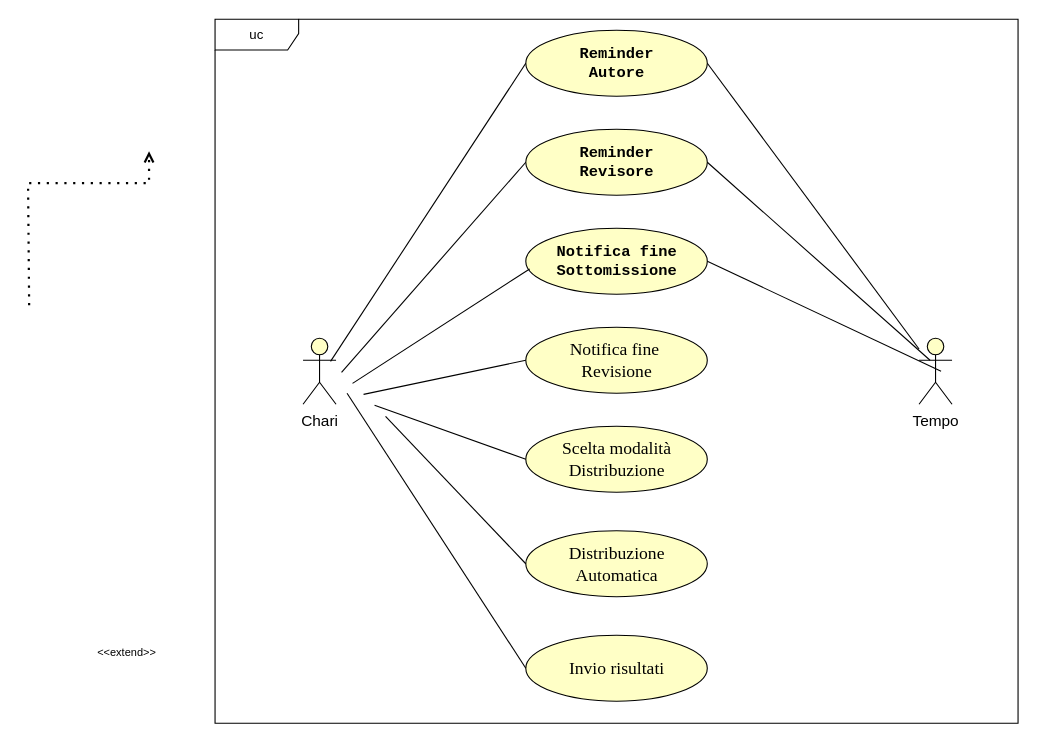
Above: RAD/raw/GestioneScadenze.drawio in Gabro29/IngegneriaSoftware (draw.io), before the change. Source tidied: cells renumbered, new cells numbered last; positions are measured from the earlier drawing's top-left corner, leaving out a move shared by most shapes. Both pictures are drawn from the tidied source at 110%, with x=0, y=0 at pixel (28, 19).
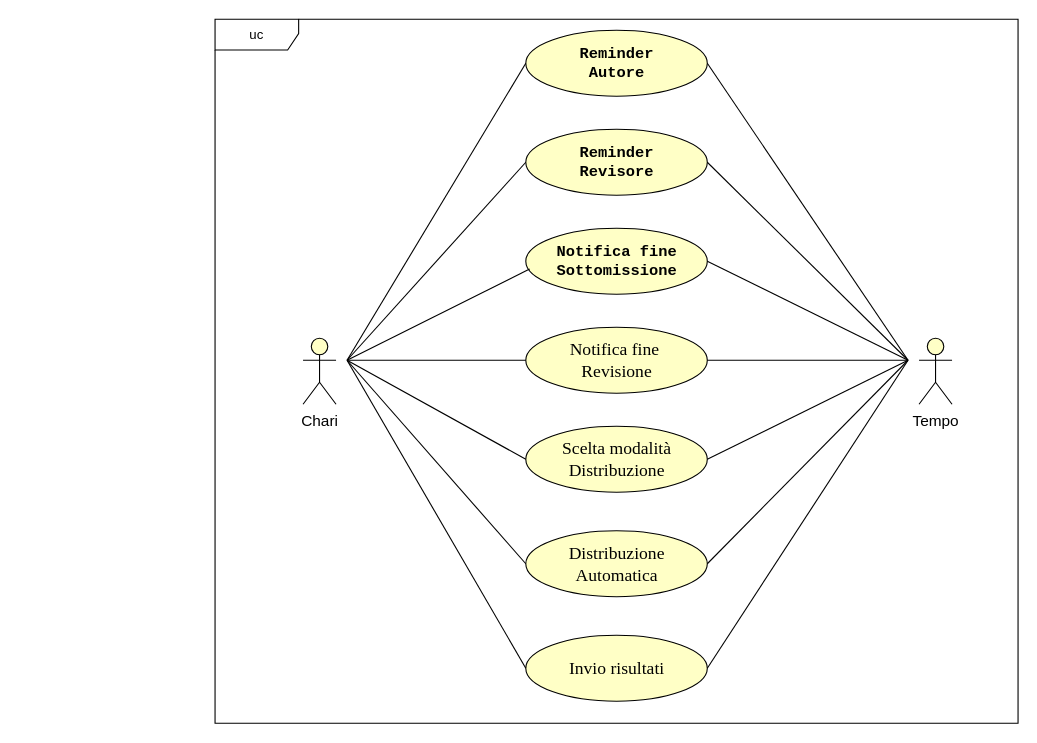
After the change.

Unchanged cells that the change refers to:
```xml
<mxCell id="3" value="&lt;font style=&quot;color: light-dark(rgb(0, 0, 0), rgb(0, 0, 0)); font-size: 14px;&quot;&gt;Tempo&lt;/font&gt;" style="shape=umlActor;verticalLabelPosition=bottom;verticalAlign=top;html=1;outlineConnect=0;strokeColor=light-dark(#000000,#000000);fillColor=light-dark(#FFFFC6,#FDF89C);" parent="1" vertex="1">
  <mxGeometry x="810" y="290" width="30" height="60" as="geometry" />
</mxCell>
<mxCell id="4" value="&lt;font style=&quot;color: light-dark(rgb(0, 0, 0), rgb(9, 9, 9));&quot; face=&quot;Courier New&quot;&gt;&lt;span style=&quot;font-size: 14px;&quot;&gt;&lt;b style=&quot;&quot;&gt;Reminder&lt;/b&gt;&lt;/span&gt;&lt;/font&gt;&lt;div&gt;&lt;font style=&quot;color: light-dark(rgb(0, 0, 0), rgb(9, 9, 9));&quot; face=&quot;Courier New&quot;&gt;&lt;span style=&quot;font-size: 14px;&quot;&gt;&lt;b style=&quot;&quot;&gt;Revisore&lt;/b&gt;&lt;/span&gt;&lt;/font&gt;&lt;/div&gt;" style="ellipse;whiteSpace=wrap;html=1;fillColor=light-dark(#FFFFC6,#FDF89C);strokeColor=light-dark(#000000,#000000);gradientColor=none;" parent="1" vertex="1">
  <mxGeometry x="452.5" y="100" width="165" height="60" as="geometry" />
</mxCell>
<mxCell id="5" value="&lt;font style=&quot;color: light-dark(rgb(0, 0, 0), rgb(9, 9, 9));&quot; face=&quot;Courier New&quot;&gt;&lt;span style=&quot;font-size: 14px;&quot;&gt;&lt;b style=&quot;&quot;&gt;Reminder&lt;/b&gt;&lt;/span&gt;&lt;/font&gt;&lt;div&gt;&lt;font style=&quot;color: light-dark(rgb(0, 0, 0), rgb(9, 9, 9));&quot; face=&quot;Courier New&quot;&gt;&lt;span style=&quot;font-size: 14px;&quot;&gt;&lt;b style=&quot;&quot;&gt;Autore&lt;/b&gt;&lt;/span&gt;&lt;/font&gt;&lt;/div&gt;" style="ellipse;whiteSpace=wrap;html=1;fillColor=light-dark(#FFFFC6,#FDF89C);strokeColor=light-dark(#000000,#000000);" parent="1" vertex="1">
  <mxGeometry x="452.5" y="10" width="165" height="60" as="geometry" />
</mxCell>
<mxCell id="6" value="&lt;font style=&quot;color: light-dark(rgb(0, 0, 0), rgb(9, 9, 9));&quot; face=&quot;Courier New&quot;&gt;&lt;span style=&quot;font-size: 14px;&quot;&gt;&lt;b style=&quot;&quot;&gt;Notifica fine Sottomissione&lt;/b&gt;&lt;/span&gt;&lt;/font&gt;" style="ellipse;whiteSpace=wrap;html=1;fillColor=light-dark(#FFFFC6,#FDF89C);strokeColor=light-dark(#000000,#000000);" parent="1" vertex="1">
  <mxGeometry x="452.5" y="190" width="165" height="60" as="geometry" />
</mxCell>
<mxCell id="7" value="&lt;span style=&quot;font-size:12.0pt;mso-bidi-font-size:11.0pt;&lt;br/&gt;line-height:107%;font-family:&amp;quot;Times New Roman&amp;quot;,serif;mso-fareast-font-family:&lt;br/&gt;Aptos;mso-fareast-theme-font:minor-latin;mso-bidi-font-family:Arial;mso-bidi-theme-font:&lt;br/&gt;minor-bidi;mso-ansi-language:IT;mso-fareast-language:EN-US;mso-bidi-language:&lt;br/&gt;AR-SA&quot;&gt;&lt;font style=&quot;color: light-dark(rgb(0, 0, 0), rgb(9, 9, 9));&quot;&gt;Notifica fine&amp;nbsp;&lt;/font&gt;&lt;/span&gt;&lt;div&gt;&lt;span style=&quot;font-size:12.0pt;mso-bidi-font-size:11.0pt;&lt;br/&gt;line-height:107%;font-family:&amp;quot;Times New Roman&amp;quot;,serif;mso-fareast-font-family:&lt;br/&gt;Aptos;mso-fareast-theme-font:minor-latin;mso-bidi-font-family:Arial;mso-bidi-theme-font:&lt;br/&gt;minor-bidi;mso-ansi-language:IT;mso-fareast-language:EN-US;mso-bidi-language:&lt;br/&gt;AR-SA&quot;&gt;&lt;font style=&quot;color: light-dark(rgb(0, 0, 0), rgb(9, 9, 9));&quot;&gt;Revisione&lt;/font&gt;&lt;/span&gt;&lt;/div&gt;" style="ellipse;whiteSpace=wrap;html=1;fillColor=light-dark(#FFFFC6,#FDF89C);strokeColor=light-dark(#000000,#000000);" parent="1" vertex="1">
  <mxGeometry x="452.5" y="280" width="165" height="60" as="geometry" />
</mxCell>
<mxCell id="8" value="&lt;span style=&quot;font-size:12.0pt;mso-bidi-font-size:11.0pt;&lt;br/&gt;line-height:107%;font-family:&amp;quot;Times New Roman&amp;quot;,serif;mso-fareast-font-family:&lt;br/&gt;Aptos;mso-fareast-theme-font:minor-latin;mso-bidi-font-family:Arial;mso-bidi-theme-font:&lt;br/&gt;minor-bidi;mso-ansi-language:IT;mso-fareast-language:EN-US;mso-bidi-language:&lt;br/&gt;AR-SA&quot;&gt;&lt;font style=&quot;color: light-dark(rgb(0, 0, 0), rgb(9, 9, 9));&quot;&gt;Scelta modalità Distribuzione&lt;/font&gt;&lt;/span&gt;" style="ellipse;whiteSpace=wrap;html=1;fillColor=light-dark(#FFFFC6,#FDF89C);strokeColor=light-dark(#000000,#000000);" parent="1" vertex="1">
  <mxGeometry x="452.5" y="370" width="165" height="60" as="geometry" />
</mxCell>
<mxCell id="9" value="&lt;span style=&quot;font-size:12.0pt;mso-bidi-font-size:11.0pt;&lt;br/&gt;line-height:107%;font-family:&amp;quot;Times New Roman&amp;quot;,serif;mso-fareast-font-family:&lt;br/&gt;Aptos;mso-fareast-theme-font:minor-latin;mso-bidi-font-family:Arial;mso-bidi-theme-font:&lt;br/&gt;minor-bidi;mso-ansi-language:IT;mso-fareast-language:EN-US;mso-bidi-language:&lt;br/&gt;AR-SA&quot;&gt;&lt;font style=&quot;color: light-dark(rgb(0, 0, 0), rgb(9, 9, 9));&quot;&gt;Distribuzione Automatica&lt;/font&gt;&lt;/span&gt;" style="ellipse;whiteSpace=wrap;html=1;fillColor=light-dark(#FFFFC6,#FDF89C);strokeColor=light-dark(#000000,#000000);" parent="1" vertex="1">
  <mxGeometry x="452.5" y="465" width="165" height="60" as="geometry" />
</mxCell>
<mxCell id="10" value="&lt;span style=&quot;font-size:12.0pt;mso-bidi-font-size:11.0pt;&lt;br/&gt;line-height:107%;font-family:&amp;quot;Times New Roman&amp;quot;,serif;mso-fareast-font-family:&lt;br/&gt;Aptos;mso-fareast-theme-font:minor-latin;mso-bidi-font-family:Arial;mso-bidi-theme-font:&lt;br/&gt;minor-bidi;mso-ansi-language:IT;mso-fareast-language:EN-US;mso-bidi-language:&lt;br/&gt;AR-SA&quot;&gt;&lt;font style=&quot;color: light-dark(rgb(0, 0, 0), rgb(9, 9, 9));&quot;&gt;Invio risultati&lt;/font&gt;&lt;/span&gt;" style="ellipse;whiteSpace=wrap;html=1;fillColor=light-dark(#FFFFC6,#FDF89C);strokeColor=light-dark(#000000,#000000);" parent="1" vertex="1">
  <mxGeometry x="452.5" y="560" width="165" height="60" as="geometry" />
</mxCell>
```

Diff of the diagram source:
```diff
@@
-    <mxCell id="11" value="&lt;font style=&quot;color: light-dark(rgb(0, 0, 0), rgb(0, 0, 0)); font-size: 10px;&quot;&gt;&amp;lt;&amp;lt;extend&amp;gt;&amp;gt;&lt;/font&gt;" style="text;html=1;align=center;verticalAlign=middle;whiteSpace=wrap;rounded=0;" parent="1" vertex="1">
-      <mxGeometry x="60" y="570" width="60" height="10" as="geometry" />
-    </mxCell>
-    <mxCell id="12" style="endArrow=open;dashed=1;html=1;dashPattern=1 3;strokeWidth=2;rounded=0;strokeColor=light-dark(#000000,#000000);endFill=0;" parent="1" edge="1">
-      <mxGeometry relative="1" as="geometry">
-        <mxPoint x="1" y="260" as="sourcePoint" />
-        <mxPoint x="110" y="120" as="targetPoint" />
-        <Array as="points">
-          <mxPoint y="149" />
-          <mxPoint x="110" y="149" />
-        </Array>
-      </mxGeometry>
-    </mxCell>
@@
-    <mxCell id="14" style="endArrow=none;html=1;rounded=0;strokeColor=light-dark(#000000,#000000);endFill=0;strokeWidth=1;startSize=6;jumpSize=6;targetPerimeterSpacing=0;endSize=6;exitX=0.5;exitY=0.5;exitDx=0;exitDy=0;exitPerimeter=0;entryX=0;entryY=0.5;entryDx=0;entryDy=0;startFill=0;" parent="1" edge="1" target="5">
+    <mxCell id="14" style="endArrow=none;html=1;rounded=0;strokeColor=light-dark(#000000,#000000);endFill=0;strokeWidth=1;startSize=6;jumpSize=6;targetPerimeterSpacing=0;endSize=6;entryX=0;entryY=0.5;entryDx=0;entryDy=0;startFill=0;" parent="1" edge="1" target="5">
       <mxGeometry relative="1" as="geometry">
-        <mxPoint x="275" y="311" as="sourcePoint" />
+        <mxPoint x="290" y="310" as="sourcePoint" />
       </mxGeometry>
     </mxCell>
-    <mxCell id="15" style="endArrow=none;html=1;rounded=0;strokeColor=light-dark(#000000,#000000);endFill=0;strokeWidth=1;startSize=6;jumpSize=6;targetPerimeterSpacing=0;endSize=6;exitX=0.5;exitY=0.5;exitDx=0;exitDy=0;exitPerimeter=0;entryX=0;entryY=0.5;entryDx=0;entryDy=0;startFill=0;" parent="1" edge="1" target="4">
+    <mxCell id="15" style="endArrow=none;html=1;rounded=0;strokeColor=light-dark(#000000,#000000);endFill=0;strokeWidth=1;startSize=6;jumpSize=6;targetPerimeterSpacing=0;endSize=6;entryX=0;entryY=0.5;entryDx=0;entryDy=0;startFill=0;" parent="1" edge="1" target="4">
       <mxGeometry relative="1" as="geometry">
-        <mxPoint x="285" y="321" as="sourcePoint" />
+        <mxPoint x="290" y="310" as="sourcePoint" />
       </mxGeometry>
     </mxCell>
-    <mxCell id="16" style="endArrow=none;html=1;rounded=0;strokeColor=light-dark(#000000,#000000);endFill=0;strokeWidth=1;startSize=6;jumpSize=6;targetPerimeterSpacing=0;endSize=6;exitX=0.5;exitY=0.5;exitDx=0;exitDy=0;exitPerimeter=0;entryX=0.021;entryY=0.617;entryDx=0;entryDy=0;startFill=0;entryPerimeter=0;" parent="1" edge="1" target="6">
+    <mxCell id="16" style="endArrow=none;html=1;rounded=0;strokeColor=light-dark(#000000,#000000);endFill=0;strokeWidth=1;startSize=6;jumpSize=6;targetPerimeterSpacing=0;endSize=6;entryX=0.021;entryY=0.617;entryDx=0;entryDy=0;startFill=0;entryPerimeter=0;" parent="1" edge="1" target="6">
       <mxGeometry relative="1" as="geometry">
-        <mxPoint x="295" y="331" as="sourcePoint" />
+        <mxPoint x="290" y="310" as="sourcePoint" />
       </mxGeometry>
     </mxCell>
-    <mxCell id="17" style="endArrow=none;html=1;rounded=0;strokeColor=light-dark(#000000,#000000);endFill=0;strokeWidth=1;startSize=6;jumpSize=6;targetPerimeterSpacing=0;endSize=6;exitX=0.5;exitY=0.5;exitDx=0;exitDy=0;exitPerimeter=0;entryX=0;entryY=0.5;entryDx=0;entryDy=0;startFill=0;" parent="1" edge="1" target="7">
+    <mxCell id="17" style="endArrow=none;html=1;rounded=0;strokeColor=light-dark(#000000,#000000);endFill=0;strokeWidth=1;startSize=6;jumpSize=6;targetPerimeterSpacing=0;endSize=6;entryX=0;entryY=0.5;entryDx=0;entryDy=0;startFill=0;" parent="1" edge="1" target="7">
       <mxGeometry relative="1" as="geometry">
-        <mxPoint x="305" y="341" as="sourcePoint" />
+        <mxPoint x="290" y="310" as="sourcePoint" />
       </mxGeometry>
     </mxCell>
-    <mxCell id="18" style="endArrow=none;html=1;rounded=0;strokeColor=light-dark(#000000,#000000);endFill=0;strokeWidth=1;startSize=6;jumpSize=6;targetPerimeterSpacing=0;endSize=6;exitX=0.5;exitY=0.5;exitDx=0;exitDy=0;exitPerimeter=0;entryX=0;entryY=0.5;entryDx=0;entryDy=0;startFill=0;" parent="1" edge="1" target="8">
+    <mxCell id="18" style="endArrow=none;html=1;rounded=0;strokeColor=light-dark(#000000,#000000);endFill=0;strokeWidth=1;startSize=6;jumpSize=6;targetPerimeterSpacing=0;endSize=6;entryX=0;entryY=0.5;entryDx=0;entryDy=0;startFill=0;" parent="1" edge="1" target="8">
       <mxGeometry relative="1" as="geometry">
-        <mxPoint x="315" y="351" as="sourcePoint" />
+        <mxPoint x="290" y="310" as="sourcePoint" />
       </mxGeometry>
     </mxCell>
-    <mxCell id="19" style="endArrow=none;html=1;rounded=0;strokeColor=light-dark(#000000,#000000);endFill=0;strokeWidth=1;startSize=6;jumpSize=6;targetPerimeterSpacing=0;endSize=6;exitX=0.5;exitY=0.5;exitDx=0;exitDy=0;exitPerimeter=0;entryX=0;entryY=0.5;entryDx=0;entryDy=0;startFill=0;" parent="1" edge="1" target="9">
+    <mxCell id="19" style="endArrow=none;html=1;rounded=0;strokeColor=light-dark(#000000,#000000);endFill=0;strokeWidth=1;startSize=6;jumpSize=6;targetPerimeterSpacing=0;endSize=6;entryX=0;entryY=0.5;entryDx=0;entryDy=0;startFill=0;" parent="1" edge="1">
       <mxGeometry relative="1" as="geometry">
-        <mxPoint x="325" y="361" as="sourcePoint" />
+        <mxPoint x="290" y="310" as="sourcePoint" />
+        <mxPoint x="452.5" y="495" as="targetPoint" />
       </mxGeometry>
     </mxCell>
     <mxCell id="20" style="endArrow=none;html=1;rounded=0;strokeColor=light-dark(#000000,#000000);endFill=0;strokeWidth=1;startSize=6;jumpSize=6;targetPerimeterSpacing=0;endSize=6;entryX=0;entryY=0.5;entryDx=0;entryDy=0;startFill=0;" parent="1" edge="1" target="10">
       <mxGeometry relative="1" as="geometry">
-        <mxPoint x="290" y="340" as="sourcePoint" />
+        <mxPoint x="290" y="310" as="sourcePoint" />
       </mxGeometry>
     </mxCell>
-    <mxCell id="21" style="endArrow=none;html=1;rounded=0;strokeColor=light-dark(#000000,#000000);endFill=0;strokeWidth=1;startSize=6;jumpSize=6;targetPerimeterSpacing=0;endSize=6;entryX=1;entryY=0.5;entryDx=0;entryDy=0;startFill=0;" parent="1" edge="1" source="3" target="5">
-      <mxGeometry relative="1" as="geometry" />
+    <mxCell id="21" style="endArrow=none;html=1;rounded=0;strokeColor=light-dark(#000000,#000000);endFill=0;strokeWidth=1;startSize=6;jumpSize=6;targetPerimeterSpacing=0;endSize=6;entryX=1;entryY=0.5;entryDx=0;entryDy=0;startFill=0;" parent="1" edge="1" target="5">
+      <mxGeometry relative="1" as="geometry">
+        <mxPoint x="800" y="310" as="sourcePoint" />
+      </mxGeometry>
     </mxCell>
     <mxCell id="22" style="endArrow=none;html=1;rounded=0;strokeColor=light-dark(#000000,#000000);endFill=0;strokeWidth=1;startSize=6;jumpSize=6;targetPerimeterSpacing=0;endSize=6;entryX=1;entryY=0.5;entryDx=0;entryDy=0;startFill=0;" parent="1" edge="1" target="4">
       <mxGeometry relative="1" as="geometry">
-        <mxPoint x="820" y="310" as="sourcePoint" />
+        <mxPoint x="800" y="310" as="sourcePoint" />
       </mxGeometry>
     </mxCell>
     <mxCell id="23" style="endArrow=none;html=1;rounded=0;strokeColor=light-dark(#000000,#000000);endFill=0;strokeWidth=1;startSize=6;jumpSize=6;targetPerimeterSpacing=0;endSize=6;entryX=1;entryY=0.5;entryDx=0;entryDy=0;startFill=0;" parent="1" edge="1" target="6">
       <mxGeometry relative="1" as="geometry">
-        <mxPoint x="830" y="320" as="sourcePoint" />
+        <mxPoint x="800" y="310" as="sourcePoint" />
       </mxGeometry>
     </mxCell>
+    <mxCell id="24" style="endArrow=none;html=1;rounded=0;strokeColor=light-dark(#000000,#000000);endFill=0;strokeWidth=1;startSize=6;jumpSize=6;targetPerimeterSpacing=0;endSize=6;entryX=1;entryY=0.5;entryDx=0;entryDy=0;startFill=0;" parent="1" edge="1" target="7">
+      <mxGeometry relative="1" as="geometry">
+        <mxPoint x="800" y="310" as="sourcePoint" />
+      </mxGeometry>
+    </mxCell>
+    <mxCell id="25" style="endArrow=none;html=1;rounded=0;strokeColor=light-dark(#000000,#000000);endFill=0;strokeWidth=1;startSize=6;jumpSize=6;targetPerimeterSpacing=0;endSize=6;entryX=1;entryY=0.5;entryDx=0;entryDy=0;startFill=0;" parent="1" edge="1" target="8">
+      <mxGeometry relative="1" as="geometry">
+        <mxPoint x="800" y="310" as="sourcePoint" />
+      </mxGeometry>
+    </mxCell>
+    <mxCell id="26" style="endArrow=none;html=1;rounded=0;strokeColor=light-dark(#000000,#000000);endFill=0;strokeWidth=1;startSize=6;jumpSize=6;targetPerimeterSpacing=0;endSize=6;entryX=1;entryY=0.5;entryDx=0;entryDy=0;startFill=0;" parent="1" edge="1" target="9">
+      <mxGeometry relative="1" as="geometry">
+        <mxPoint x="800" y="310" as="sourcePoint" />
+      </mxGeometry>
+    </mxCell>
+    <mxCell id="27" style="endArrow=none;html=1;rounded=0;strokeColor=light-dark(#000000,#000000);endFill=0;strokeWidth=1;startSize=6;jumpSize=6;targetPerimeterSpacing=0;endSize=6;entryX=1;entryY=0.5;entryDx=0;entryDy=0;startFill=0;" parent="1" edge="1" target="10">
+      <mxGeometry relative="1" as="geometry">
+        <mxPoint x="800" y="310" as="sourcePoint" />
+      </mxGeometry>
+    </mxCell>
```
